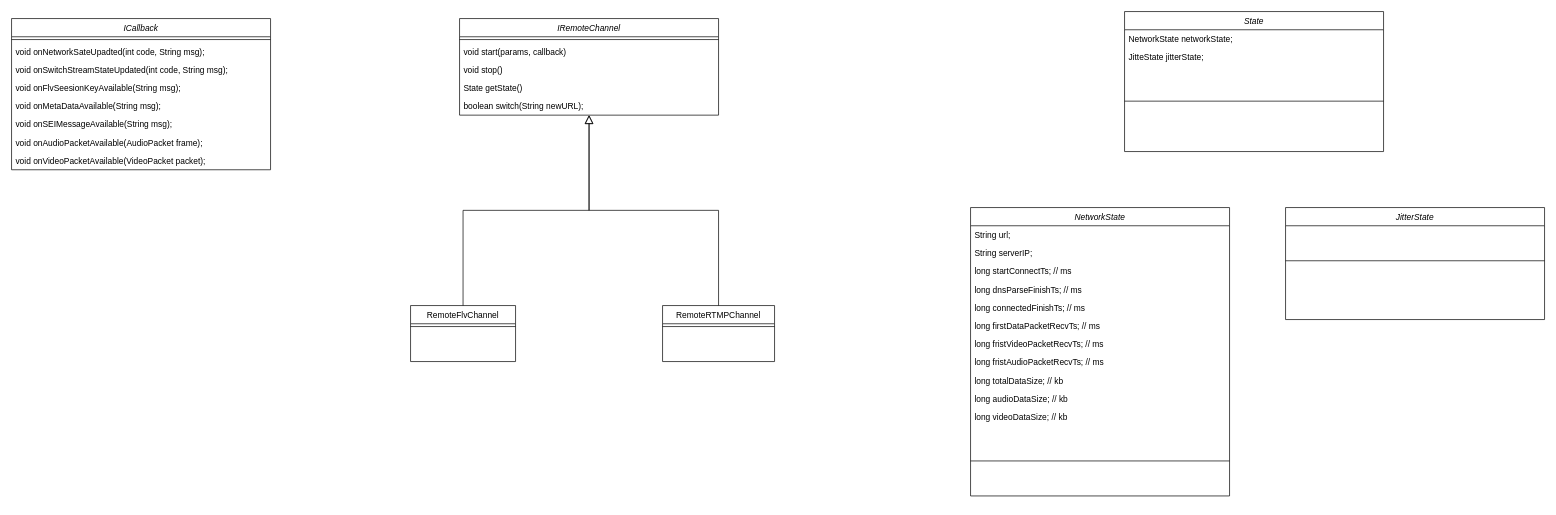
The draw.io diagram about/Untitled Diagram.drawio in AlphaHans/AlphaHans.github.io, before the edit. Source tidied: cells renumbered, new cells numbered last; positions are measured from the earlier drawing's top-left corner, leaving out a move shared by most shapes. Both pictures are drawn from the tidied source at 70%, with x=0, y=0 at pixel (11, 11).
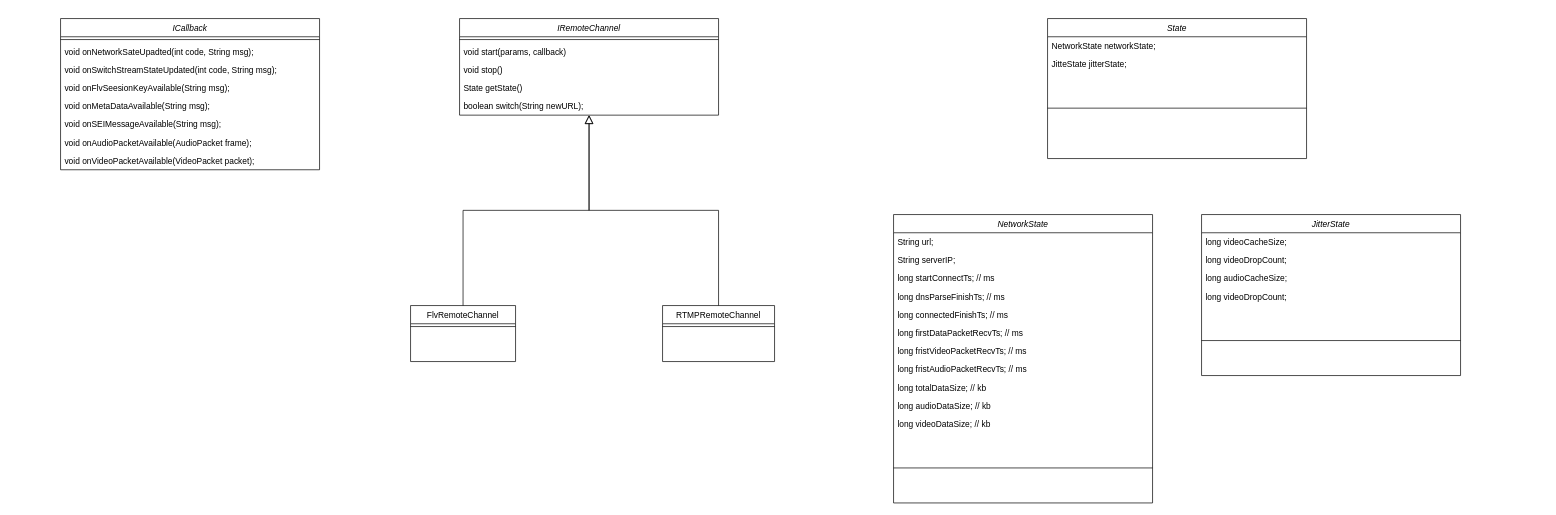
After the change.

What changed in the source:
```diff
@@
-    <mxCell id="8" value="RemoteFlvChannel" style="swimlane;fontStyle=0;align=center;verticalAlign=top;horizontal=1;startSize=26;rounded=0;shadow=0;strokeWidth=1;" parent="1" vertex="1">
+    <mxCell id="8" value="FlvRemoteChannel" style="swimlane;fontStyle=0;align=center;verticalAlign=top;horizontal=1;startSize=26;rounded=0;shadow=0;strokeWidth=1;" parent="1" vertex="1">
       <mxGeometry x="570" y="420" width="150" height="80" as="geometry" />
     </mxCell>
@@
-    <mxCell id="11" value="RemoteRTMPChannel" style="swimlane;fontStyle=0;align=center;verticalAlign=top;horizontal=1;startSize=26;rounded=0;shadow=0;strokeWidth=1;" parent="1" vertex="1">
+    <mxCell id="11" value="RTMPRemoteChannel" style="swimlane;fontStyle=0;align=center;verticalAlign=top;horizontal=1;startSize=26;rounded=0;shadow=0;strokeWidth=1;" parent="1" vertex="1">
       <mxGeometry x="930" y="420" width="160" height="80" as="geometry" />
     </mxCell>
@@
     <mxCell id="14" value="ICallback" style="swimlane;fontStyle=2;align=center;verticalAlign=top;horizontal=1;startSize=26;rounded=0;shadow=0;strokeWidth=1;" parent="1" vertex="1">
-      <mxGeometry y="10" width="370" height="216" as="geometry" />
+      <mxGeometry x="70" y="10" width="370" height="216" as="geometry" />
     </mxCell>
@@
     <mxCell id="23" value="State" style="swimlane;fontStyle=2;align=center;verticalAlign=top;horizontal=1;startSize=26;rounded=0;shadow=0;strokeWidth=1;" parent="1" vertex="1">
-      <mxGeometry x="1590" width="370" height="200" as="geometry" />
+      <mxGeometry x="1480" y="10" width="370" height="200" as="geometry" />
     </mxCell>
@@
     <mxCell id="27" value="NetworkState" style="swimlane;fontStyle=2;align=center;verticalAlign=top;horizontal=1;startSize=26;rounded=0;shadow=0;strokeWidth=1;" parent="1" vertex="1">
-      <mxGeometry x="1370" y="280" width="370" height="412" as="geometry" />
+      <mxGeometry x="1260" y="290" width="370" height="412" as="geometry" />
     </mxCell>
@@
     <mxCell id="40" value="JitterState" style="swimlane;fontStyle=2;align=center;verticalAlign=top;horizontal=1;startSize=26;rounded=0;shadow=0;strokeWidth=1;" parent="1" vertex="1">
-      <mxGeometry x="1820" y="280" width="370" height="160" as="geometry" />
+      <mxGeometry x="1700" y="290" width="370" height="230" as="geometry" />
     </mxCell>
+    <mxCell id="42" value="long videoCacheSize;" style="text;align=left;verticalAlign=top;spacingLeft=4;spacingRight=4;overflow=hidden;" parent="40" vertex="1">
+      <mxGeometry y="26" width="370" height="26" as="geometry" />
+    </mxCell>
+    <mxCell id="43" value="long videoDropCount;" style="text;align=left;verticalAlign=top;spacingLeft=4;spacingRight=4;overflow=hidden;" parent="40" vertex="1">
+      <mxGeometry y="52" width="370" height="26" as="geometry" />
+    </mxCell>
+    <mxCell id="44" value="long audioCacheSize;" style="text;align=left;verticalAlign=top;spacingLeft=4;spacingRight=4;overflow=hidden;" parent="40" vertex="1">
+      <mxGeometry y="78" width="370" height="26" as="geometry" />
+    </mxCell>
+    <mxCell id="45" value="long videoDropCount;" style="text;align=left;verticalAlign=top;spacingLeft=4;spacingRight=4;overflow=hidden;" parent="40" vertex="1">
+      <mxGeometry y="104" width="370" height="26" as="geometry" />
+    </mxCell>
     <mxCell id="41" style="line;html=1;strokeWidth=1;align=left;verticalAlign=middle;spacingTop=-1;spacingLeft=3;spacingRight=3;labelPosition=right;" parent="40" vertex="1">
-      <mxGeometry y="26" width="370" height="100" as="geometry" />
+      <mxGeometry y="130" width="370" height="100" as="geometry" />
     </mxCell>
```
